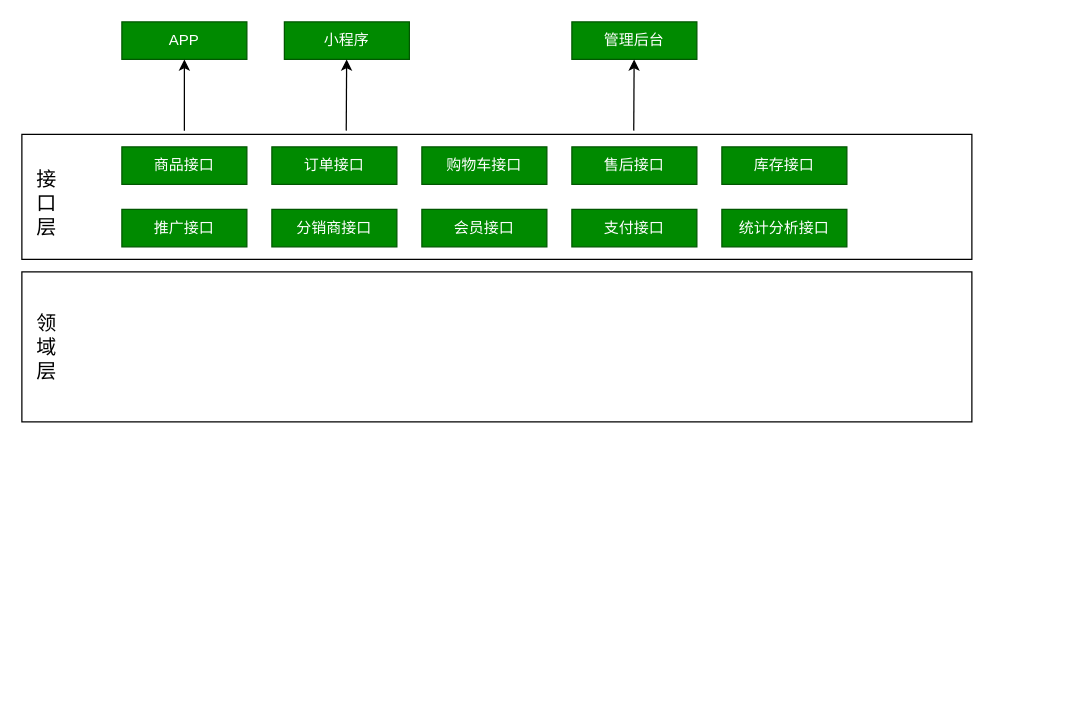
Above: 电商业务架构.drawio in samuerio/draw.io (draw.io), before the change. Source tidied: cells renumbered, new cells numbered last; positions are measured from the earlier drawing's top-left corner, leaving out a move shared by most shapes. Both pictures are drawn from the tidied source at 125%, with x=0, y=0 at pixel (21, 21).
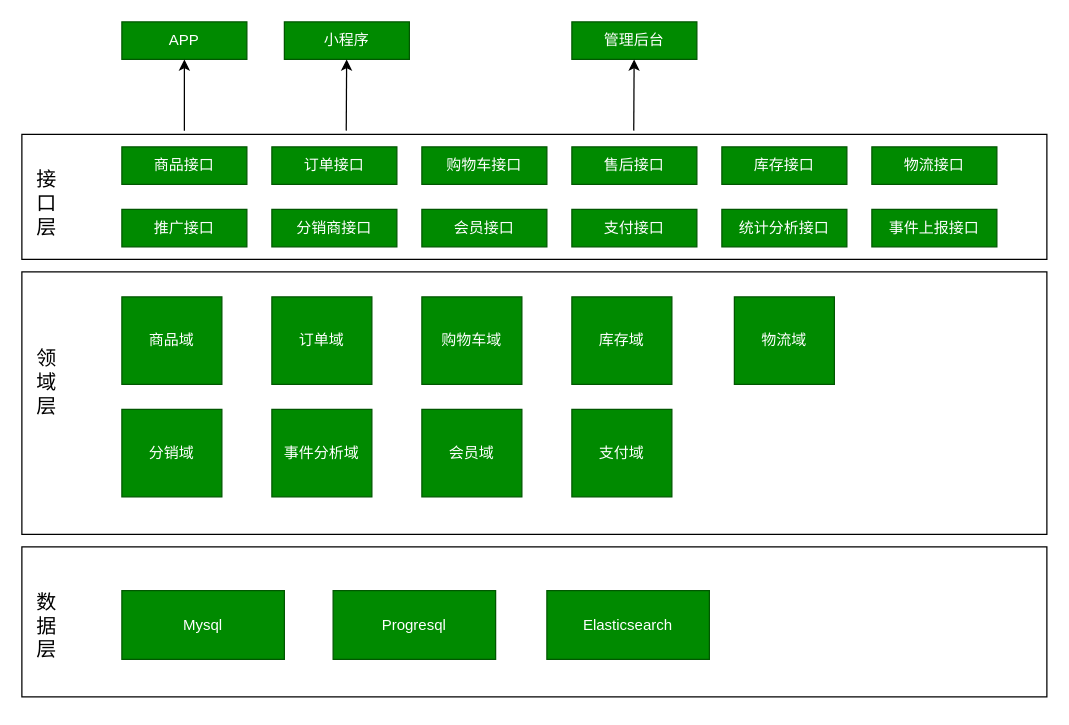
The same diagram, later.

Commit message:
Update 电商业务架构.drawio

Diff of the diagram source:
```diff
@@
     <mxCell id="2" style="rounded=0;whiteSpace=wrap;html=1;" parent="1" vertex="1">
-      <mxGeometry y="90" width="760" height="100" as="geometry" />
+      <mxGeometry y="90" width="820" height="100" as="geometry" />
     </mxCell>
@@
     <mxCell id="20" style="rounded=0;whiteSpace=wrap;html=1;fontSize=16;" parent="1" vertex="1">
-      <mxGeometry y="200" width="760" height="120" as="geometry" />
+      <mxGeometry y="200" width="820" height="210" as="geometry" />
     </mxCell>
     <mxCell id="21" value="领域层" style="text;html=1;strokeColor=none;fillColor=none;align=center;verticalAlign=middle;whiteSpace=wrap;rounded=0;rotation=0;fontSize=16;" parent="1" vertex="1">
-      <mxGeometry x="10" y="225" width="20" height="70" as="geometry" />
+      <mxGeometry x="10" y="225" width="20" height="125" as="geometry" />
     </mxCell>
+    <mxCell id="22" value="商品域" style="rounded=0;whiteSpace=wrap;html=1;fillColor=#008a00;strokeColor=#005700;fontColor=#ffffff;" parent="1" vertex="1">
+      <mxGeometry x="80" y="220" width="80" height="70" as="geometry" />
+    </mxCell>
+    <mxCell id="23" value="分销域" style="rounded=0;whiteSpace=wrap;html=1;fillColor=#008a00;strokeColor=#005700;fontColor=#ffffff;" parent="1" vertex="1">
+      <mxGeometry x="80" y="310" width="80" height="70" as="geometry" />
+    </mxCell>
+    <mxCell id="24" value="订单域" style="rounded=0;whiteSpace=wrap;html=1;fillColor=#008a00;strokeColor=#005700;fontColor=#ffffff;" parent="1" vertex="1">
+      <mxGeometry x="200" y="220" width="80" height="70" as="geometry" />
+    </mxCell>
+    <mxCell id="25" value="购物车域" style="rounded=0;whiteSpace=wrap;html=1;fillColor=#008a00;strokeColor=#005700;fontColor=#ffffff;" parent="1" vertex="1">
+      <mxGeometry x="320" y="220" width="80" height="70" as="geometry" />
+    </mxCell>
+    <mxCell id="26" value="库存域" style="rounded=0;whiteSpace=wrap;html=1;fillColor=#008a00;strokeColor=#005700;fontColor=#ffffff;" parent="1" vertex="1">
+      <mxGeometry x="440" y="220" width="80" height="70" as="geometry" />
+    </mxCell>
+    <mxCell id="27" value="物流接口" style="rounded=0;whiteSpace=wrap;html=1;fillColor=#008a00;strokeColor=#005700;fontColor=#ffffff;" parent="1" vertex="1">
+      <mxGeometry x="680" y="100" width="100" height="30" as="geometry" />
+    </mxCell>
+    <mxCell id="28" value="事件上报接口" style="rounded=0;whiteSpace=wrap;html=1;fillColor=#008a00;strokeColor=#005700;fontColor=#ffffff;" parent="1" vertex="1">
+      <mxGeometry x="680" y="150" width="100" height="30" as="geometry" />
+    </mxCell>
+    <mxCell id="29" value="物流域" style="rounded=0;whiteSpace=wrap;html=1;fillColor=#008a00;strokeColor=#005700;fontColor=#ffffff;" parent="1" vertex="1">
+      <mxGeometry x="570" y="220" width="80" height="70" as="geometry" />
+    </mxCell>
+    <mxCell id="30" value="事件分析域" style="rounded=0;whiteSpace=wrap;html=1;fillColor=#008a00;strokeColor=#005700;fontColor=#ffffff;" parent="1" vertex="1">
+      <mxGeometry x="200" y="310" width="80" height="70" as="geometry" />
+    </mxCell>
+    <mxCell id="31" value="会员域" style="rounded=0;whiteSpace=wrap;html=1;fillColor=#008a00;strokeColor=#005700;fontColor=#ffffff;" parent="1" vertex="1">
+      <mxGeometry x="320" y="310" width="80" height="70" as="geometry" />
+    </mxCell>
+    <mxCell id="32" value="支付域" style="rounded=0;whiteSpace=wrap;html=1;fillColor=#008a00;strokeColor=#005700;fontColor=#ffffff;" parent="1" vertex="1">
+      <mxGeometry x="440" y="310" width="80" height="70" as="geometry" />
+    </mxCell>
+    <mxCell id="33" style="rounded=0;whiteSpace=wrap;html=1;fontSize=16;" parent="1" vertex="1">
+      <mxGeometry y="420" width="820" height="120" as="geometry" />
+    </mxCell>
+    <mxCell id="34" value="数据层" style="text;html=1;strokeColor=none;fillColor=none;align=center;verticalAlign=middle;whiteSpace=wrap;rounded=0;rotation=0;fontSize=16;" parent="1" vertex="1">
+      <mxGeometry x="10" y="420" width="20" height="125" as="geometry" />
+    </mxCell>
+    <mxCell id="35" value="Mysql" style="rounded=0;whiteSpace=wrap;html=1;fillColor=#008a00;strokeColor=#005700;fontColor=#ffffff;" parent="1" vertex="1">
+      <mxGeometry x="80" y="455" width="130" height="55" as="geometry" />
+    </mxCell>
+    <mxCell id="36" value="Progresql" style="rounded=0;whiteSpace=wrap;html=1;fillColor=#008a00;strokeColor=#005700;fontColor=#ffffff;" parent="1" vertex="1">
+      <mxGeometry x="249" y="455" width="130" height="55" as="geometry" />
+    </mxCell>
+    <mxCell id="37" value="Elasticsearch" style="rounded=0;whiteSpace=wrap;html=1;fillColor=#008a00;strokeColor=#005700;fontColor=#ffffff;" parent="1" vertex="1">
+      <mxGeometry x="420" y="455" width="130" height="55" as="geometry" />
+    </mxCell>
```
